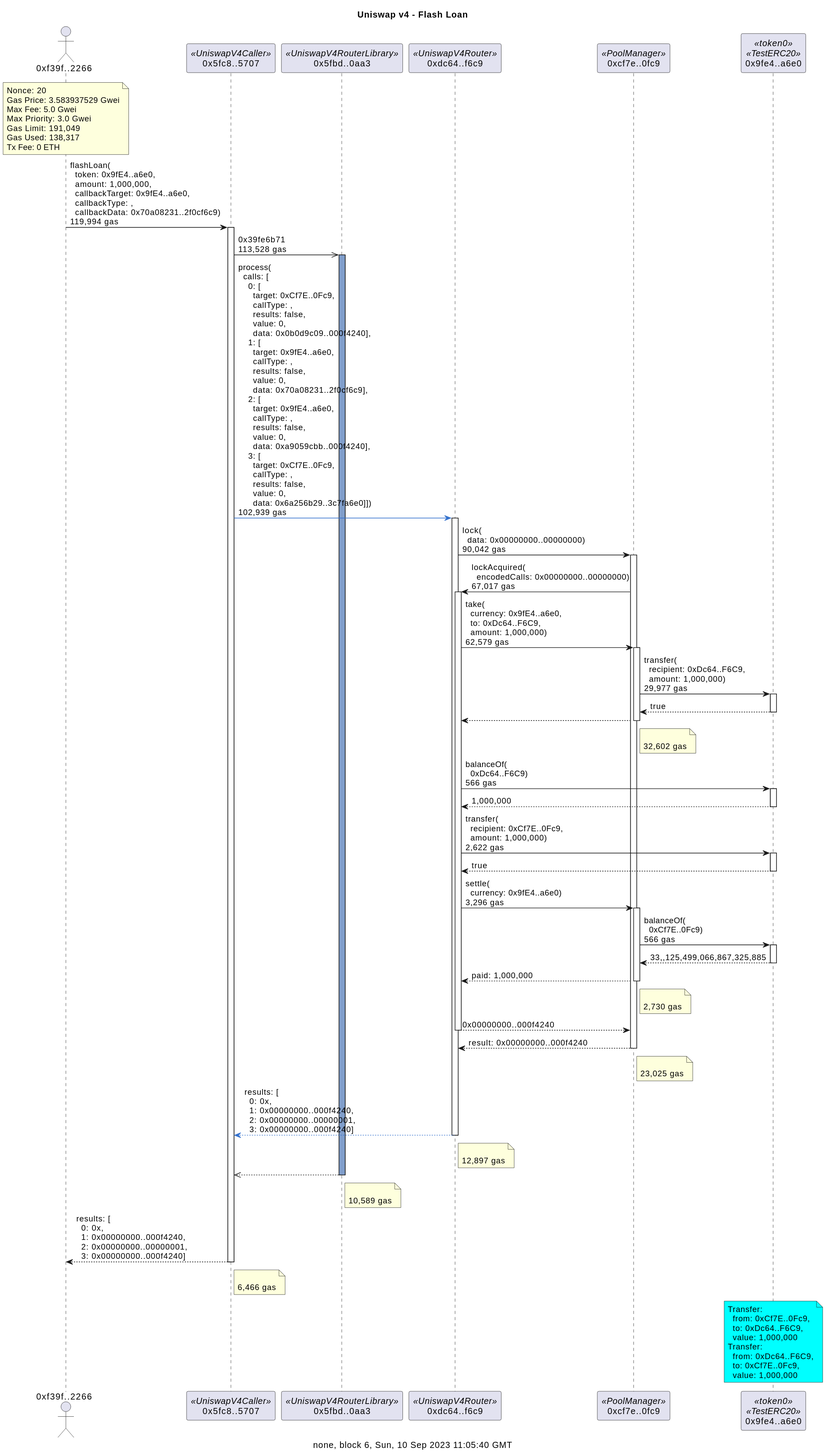
The PlantUML diagram docs/flashLoanDetailed.svg in naddison36/uniswap-v4-hooks, before a commit. Its diagram source:
```plantuml
@startuml
title Uniswap v4 - Flash Loan

caption none, block 6, Sun, 10 Sep 2023 11:05:40 GMT
actor "0xf39f..2266" as f39f2266
participant "0x5fc8..5707" as 5fc85707 <<UniswapV4Caller>>
participant "0x5fbd..0aa3" as 5fbd0aa3 <<UniswapV4RouterLibrary>>
participant "0xdc64..f6c9" as dc64f6c9 <<UniswapV4Router>>
participant "0xcf7e..0fc9" as cf7e0fc9 <<PoolManager>>
participant "0x9fe4..a6e0" as 9fe4a6e0 <<token0>><<TestERC20>>

note over f39f2266
Nonce: 20
Gas Price: 3.583937529 Gwei
Max Fee: 5.0 Gwei
Max Priority: 3.0 Gwei
Gas Limit: 191,049
Gas Used: 138,317
Tx Fee: 0 ETH
end note

f39f2266 -> 5fc85707: flashLoan(\n  token: 0x9fE4..a6e0,\n  amount: 1,000,000,\n  callbackTarget: 0x9fE4..a6e0,\n  callbackType: ,\n  callbackData: 0x70a08231..2f0cf6c9)\n119,994 gas
activate 5fc85707
5fc85707 ->> 5fbd0aa3: 0x39fe6b71\n113,528 gas
activate 5fbd0aa3 #809ECB
5fc85707 -[#3471CD]> dc64f6c9: process(\n  calls: [\n    0: [\n      target: 0xCf7E..0Fc9,\n      callType: ,\n      results: false,\n      value: 0,\n      data: 0x0b0d9c09..000f4240],\n    1: [\n      target: 0x9fE4..a6e0,\n      callType: ,\n      results: false,\n      value: 0,\n      data: 0x70a08231..2f0cf6c9],\n    2: [\n      target: 0x9fE4..a6e0,\n      callType: ,\n      results: false,\n      value: 0,\n      data: 0xa9059cbb..000f4240],\n    3: [\n      target: 0xCf7E..0Fc9,\n      callType: ,\n      results: false,\n      value: 0,\n      data: 0x6a256b29..3c7fa6e0]])\n102,939 gas
activate dc64f6c9
dc64f6c9 -> cf7e0fc9: lock(\n  data: 0x00000000..00000000)\n90,042 gas
activate cf7e0fc9
cf7e0fc9 -> dc64f6c9: lockAcquired(\n  encodedCalls: 0x00000000..00000000)\n67,017 gas
activate dc64f6c9
dc64f6c9 -> cf7e0fc9: take(\n  currency: 0x9fE4..a6e0,\n  to: 0xDc64..F6C9,\n  amount: 1,000,000)\n62,579 gas
activate cf7e0fc9
cf7e0fc9 -> 9fe4a6e0: transfer(\n  recipient: 0xDc64..F6C9,\n  amount: 1,000,000)\n29,977 gas
activate 9fe4a6e0
return true
return
note right of cf7e0fc9: \n32,602 gas
dc64f6c9 -> 9fe4a6e0: balanceOf(\n  0xDc64..F6C9)\n566 gas
activate 9fe4a6e0
return 1,000,000
dc64f6c9 -> 9fe4a6e0: transfer(\n  recipient: 0xCf7E..0Fc9,\n  amount: 1,000,000)\n2,622 gas
activate 9fe4a6e0
return true
dc64f6c9 -> cf7e0fc9: settle(\n  currency: 0x9fE4..a6e0)\n3,296 gas
activate cf7e0fc9
cf7e0fc9 -> 9fe4a6e0: balanceOf(\n  0xCf7E..0Fc9)\n566 gas
activate 9fe4a6e0
return 33,,125,499,066,867,325,885
return paid: 1,000,000
note right of cf7e0fc9: \n2,730 gas
return 0x00000000..000f4240
return result: 0x00000000..000f4240
note right of cf7e0fc9: \n23,025 gas
return results: [\n  0: 0x,\n  1: 0x00000000..000f4240,\n  2: 0x00000000..00000001,\n  3: 0x00000000..000f4240]
note right of dc64f6c9: \n12,897 gas
return
note right of 5fbd0aa3: \n10,589 gas
return results: [\n  0: 0x,\n  1: 0x00000000..000f4240,\n  2: 0x00000000..00000001,\n  3: 0x00000000..000f4240]
note right of 5fc85707: \n6,466 gas

note over 9fe4a6e0 #aqua
Transfer:
  from: 0xCf7E..0Fc9,
  to: 0xDc64..F6C9,
  value: 1,000,000
Transfer:
  from: 0xDc64..F6C9,
  to: 0xCf7E..0Fc9,
  value: 1,000,000
end note
@enduml
```
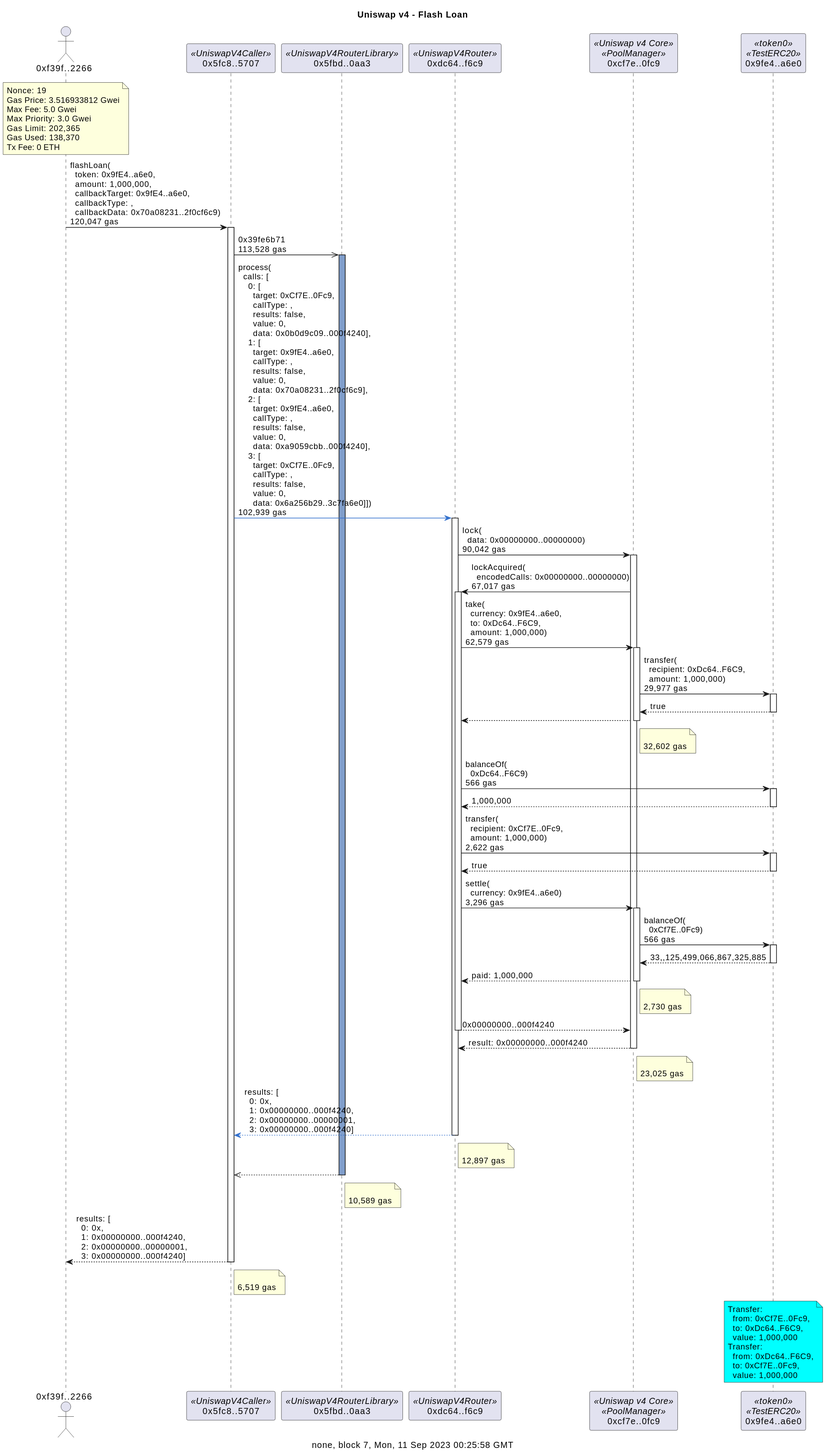
Above is the later version.

Commit message:
Changed flash loan example to delegate to logic contract

Diff of the diagram source:
```diff
@@ -1,25 +1,25 @@
 @startuml
 title Uniswap v4 - Flash Loan
 
-caption none, block 6, Sun, 10 Sep 2023 11:05:40 GMT
+caption none, block 7, Mon, 11 Sep 2023 00:25:58 GMT
 actor "0xf39f..2266" as f39f2266
 participant "0x5fc8..5707" as 5fc85707 <<UniswapV4Caller>>
 participant "0x5fbd..0aa3" as 5fbd0aa3 <<UniswapV4RouterLibrary>>
 participant "0xdc64..f6c9" as dc64f6c9 <<UniswapV4Router>>
-participant "0xcf7e..0fc9" as cf7e0fc9 <<PoolManager>>
+participant "0xcf7e..0fc9" as cf7e0fc9 <<Uniswap v4 Core>><<PoolManager>>
 participant "0x9fe4..a6e0" as 9fe4a6e0 <<token0>><<TestERC20>>
 
 note over f39f2266
-Nonce: 20
-Gas Price: 3.583937529 Gwei
+Nonce: 19
+Gas Price: 3.516933812 Gwei
 Max Fee: 5.0 Gwei
 Max Priority: 3.0 Gwei
-Gas Limit: 191,049
-Gas Used: 138,317
+Gas Limit: 202,365
+Gas Used: 138,370
 Tx Fee: 0 ETH
 end note
 
-f39f2266 -> 5fc85707: flashLoan(\n  token: 0x9fE4..a6e0,\n  amount: 1,000,000,\n  callbackTarget: 0x9fE4..a6e0,\n  callbackType: ,\n  callbackData: 0x70a08231..2f0cf6c9)\n119,994 gas
+f39f2266 -> 5fc85707: flashLoan(\n  token: 0x9fE4..a6e0,\n  amount: 1,000,000,\n  callbackTarget: 0x9fE4..a6e0,\n  callbackType: ,\n  callbackData: 0x70a08231..2f0cf6c9)\n120,047 gas
 activate 5fc85707
 5fc85707 ->> 5fbd0aa3: 0x39fe6b71\n113,528 gas
 activate 5fbd0aa3 #809ECB
@@ -57,7 +57,7 @@
 return
 note right of 5fbd0aa3: \n10,589 gas
 return results: [\n  0: 0x,\n  1: 0x00000000..000f4240,\n  2: 0x00000000..00000001,\n  3: 0x00000000..000f4240]
-note right of 5fc85707: \n6,466 gas
+note right of 5fc85707: \n6,519 gas
 
 note over 9fe4a6e0 #aqua
 Transfer:
```
